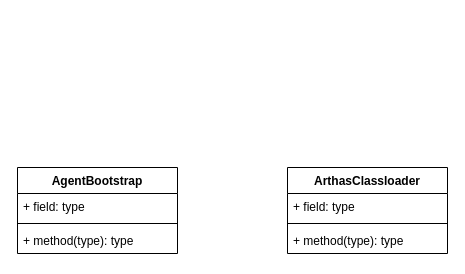
Before: page "agent" (11 of 13) of arthas.drawio in tadsimons/draw, a draw.io diagram. Source tidied: cells renumbered, new cells numbered last; positions are measured from the earlier drawing's top-left corner, leaving out a move shared by most shapes. Both pictures are drawn from the tidied source at 100%, with x=0, y=0 at pixel (17, 167).
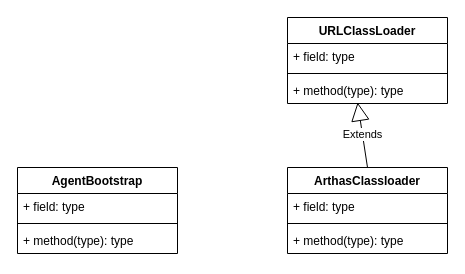
After the change.

Diff of the diagram source:
```diff
@@
 <mxGraphModel>
   <root>
     <mxCell id="0" />
     <mxCell id="1" parent="0" />
     <mxCell id="2" value="AgentBootstrap" style="swimlane;fontStyle=1;align=center;verticalAlign=top;horizontal=1;startSize=26;fillColor=#FFFFFF;" parent="1" vertex="1">
       <mxGeometry width="160" height="86" as="geometry" />
     </mxCell>
     <mxCell id="3" value="+ field: type" style="text;strokeColor=none;fillColor=none;align=left;verticalAlign=top;spacingLeft=4;spacingRight=4;overflow=hidden;" parent="2" vertex="1">
       <mxGeometry y="26" width="160" height="26" as="geometry" />
     </mxCell>
     <mxCell id="4" style="line;strokeWidth=1;fillColor=none;align=left;verticalAlign=middle;spacingTop=-1;spacingLeft=3;spacingRight=3;labelPosition=right;" parent="2" vertex="1">
       <mxGeometry y="52" width="160" height="8" as="geometry" />
     </mxCell>
     <mxCell id="5" value="+ method(type): type" style="text;strokeColor=none;fillColor=none;align=left;verticalAlign=top;spacingLeft=4;spacingRight=4;overflow=hidden;" parent="2" vertex="1">
       <mxGeometry y="60" width="160" height="26" as="geometry" />
     </mxCell>
     <mxCell id="6" value="ArthasClassloader" style="swimlane;fontStyle=1;align=center;verticalAlign=top;horizontal=1;startSize=26;fillColor=#FFFFFF;" parent="1" vertex="1">
       <mxGeometry x="270" width="160" height="86" as="geometry" />
     </mxCell>
     <mxCell id="7" value="+ field: type" style="text;strokeColor=none;fillColor=none;align=left;verticalAlign=top;spacingLeft=4;spacingRight=4;overflow=hidden;" parent="6" vertex="1">
       <mxGeometry y="26" width="160" height="26" as="geometry" />
     </mxCell>
     <mxCell id="8" style="line;strokeWidth=1;fillColor=none;align=left;verticalAlign=middle;spacingTop=-1;spacingLeft=3;spacingRight=3;labelPosition=right;" parent="6" vertex="1">
       <mxGeometry y="52" width="160" height="8" as="geometry" />
     </mxCell>
     <mxCell id="9" value="+ method(type): type" style="text;strokeColor=none;fillColor=none;align=left;verticalAlign=top;spacingLeft=4;spacingRight=4;overflow=hidden;" parent="6" vertex="1">
       <mxGeometry y="60" width="160" height="26" as="geometry" />
     </mxCell>
+    <mxCell id="10" value="URLClassLoader" style="swimlane;fontStyle=1;align=center;verticalAlign=top;horizontal=1;startSize=26;fillColor=#FFFFFF;" parent="1" vertex="1">
+      <mxGeometry x="270" y="-150" width="160" height="86" as="geometry" />
+    </mxCell>
+    <mxCell id="11" value="+ field: type" style="text;strokeColor=none;fillColor=none;align=left;verticalAlign=top;spacingLeft=4;spacingRight=4;overflow=hidden;" parent="10" vertex="1">
+      <mxGeometry y="26" width="160" height="26" as="geometry" />
+    </mxCell>
+    <mxCell id="12" style="line;strokeWidth=1;fillColor=none;align=left;verticalAlign=middle;spacingTop=-1;spacingLeft=3;spacingRight=3;labelPosition=right;" parent="10" vertex="1">
+      <mxGeometry y="52" width="160" height="8" as="geometry" />
+    </mxCell>
+    <mxCell id="13" value="+ method(type): type" style="text;strokeColor=none;fillColor=none;align=left;verticalAlign=top;spacingLeft=4;spacingRight=4;overflow=hidden;points=[[0,0.5],[1,0.5]];portConstraint=eastwest;" parent="10" vertex="1">
+      <mxGeometry y="60" width="160" height="26" as="geometry" />
+    </mxCell>
+    <mxCell id="14" value="Extends" style="endArrow=block;endSize=16;endFill=0;html=1;entryX=0.438;entryY=0.962;entryDx=0;entryDy=0;entryPerimeter=0;exitX=0.5;exitY=0;exitDx=0;exitDy=0;" parent="1" edge="1" source="6" target="13">
+      <mxGeometry relative="1" as="geometry" />
+    </mxCell>
   </root>
 </mxGraphModel>
```
